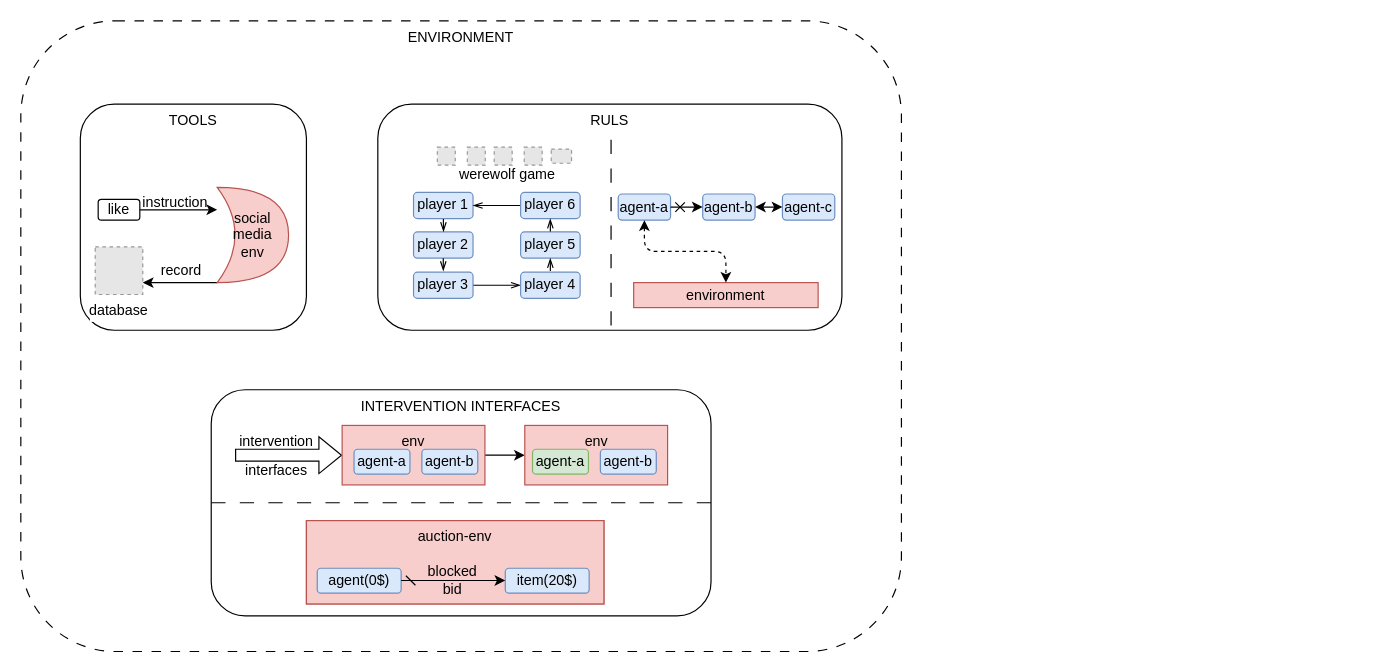
bianhua-12/Multi-generative_Agent_System_survey keeps this draw.io diagram as page "environment-conponets" (2 of 2) of mgas.drawio. Above is the earlier version. Source tidied: cells renumbered, new cells numbered last; positions are measured from the earlier drawing's top-left corner, leaving out a move shared by most shapes. Both pictures are drawn from the tidied source at 119%, with x=0, y=0 at pixel (20, 20). Pictures stored in the file or linked from it are replaced by grey dashed boxes.
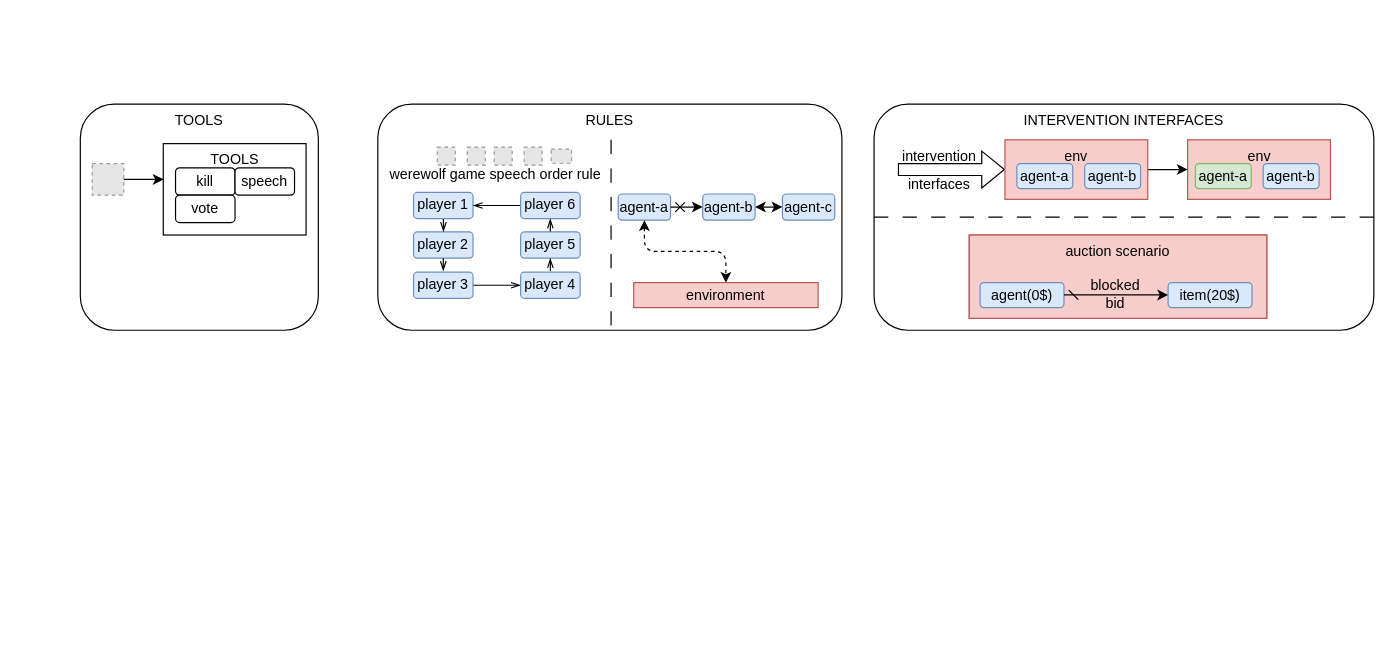
The same page after the edit.

Unchanged cells that the change refers to:
```xml
<mxCell id="21" style="group;fillColor=#f8cecc;strokeColor=#b85450;" parent="8" vertex="1">
  <mxGeometry x="80" y="110" width="250" height="70" as="geometry" />
</mxCell>
<mxCell id="31" style="group;" parent="1" vertex="1">
  <mxGeometry x="300" y="70" width="390" height="190" as="geometry" />
</mxCell>
```

Diff of the diagram source:
```diff
@@
-    <mxCell id="2" value="ENVIRONMENT" style="rounded=1;whiteSpace=wrap;html=1;dashed=1;dashPattern=8 8;verticalAlign=top;" parent="1" vertex="1">
-      <mxGeometry width="740" height="530" as="geometry" />
-    </mxCell>
     <mxCell id="3" value="TOOLS" style="rounded=1;whiteSpace=wrap;html=1;verticalAlign=top;" parent="1" vertex="1">
-      <mxGeometry x="50" y="70" width="190" height="190" as="geometry" />
+      <mxGeometry x="50" y="70" width="200" height="190" as="geometry" />
     </mxCell>
-    <mxCell id="4" style="edgeStyle=orthogonalEdgeStyle;rounded=0;jettySize=auto;html=1;entryX=1;entryY=0.75;entryDx=0;entryDy=0;" parent="1" edge="1" source="5" target="28">
+    <mxCell id="4" style="edgeStyle=orthogonalEdgeStyle;rounded=0;orthogonalLoop=1;jettySize=auto;html=1;entryX=1;entryY=0.75;entryDx=0;entryDy=0;" parent="1" edge="1">
       <mxGeometry relative="1" as="geometry">
+        <mxPoint x="165" y="220" as="sourcePoint" />
         <Array as="points">
           <mxPoint x="150" y="220" />
           <mxPoint x="150" y="220" />
         </Array>
       </mxGeometry>
     </mxCell>
-    <mxCell id="5" value="social media&lt;div&gt;env&lt;/div&gt;" style="shape=xor;whiteSpace=wrap;html=1;align=center;fillColor=#f8cecc;strokeColor=#b85450;" parent="1" vertex="1">
-      <mxGeometry x="165" y="140" width="60" height="80" as="geometry" />
-    </mxCell>
-    <mxCell id="6" style="edgeStyle=orthogonalEdgeStyle;rounded=0;jettySize=auto;html=1;" parent="1" edge="1" source="7" target="5">
+    <mxCell id="6" style="edgeStyle=orthogonalEdgeStyle;rounded=0;orthogonalLoop=1;jettySize=auto;html=1;" parent="1" edge="1">
       <mxGeometry relative="1" as="geometry">
+        <mxPoint x="100" y="158.8" as="sourcePoint" />
         <Array as="points">
           <mxPoint x="160" y="159" />
           <mxPoint x="160" y="159" />
         </Array>
       </mxGeometry>
     </mxCell>
-    <mxCell id="7" value="like" style="rounded=1;whiteSpace=wrap;html=1;" parent="1" vertex="1">
-      <mxGeometry x="65" y="150" width="35" height="17.5" as="geometry" />
-    </mxCell>
     <mxCell id="8" style="group;" parent="1" vertex="1">
-      <mxGeometry x="160" y="310" width="420" height="190" as="geometry" />
+      <mxGeometry x="717" y="70" width="420" height="190" as="geometry" />
     </mxCell>
@@
-    <mxCell id="22" value="&lt;div&gt;auction&lt;span style=&quot;background-color: transparent; color: light-dark(rgb(0, 0, 0), rgb(255, 255, 255));&quot;&gt;-env&lt;/span&gt;&lt;/div&gt;" style="rounded=0;whiteSpace=wrap;html=1;verticalAlign=top;fillColor=#f8cecc;strokeColor=#b85450;" parent="21" vertex="1">
+    <mxCell id="22" value="auction scenario" style="rounded=0;whiteSpace=wrap;html=1;verticalAlign=top;fillColor=#f8cecc;strokeColor=#b85450;" parent="21" vertex="1">
       <mxGeometry width="250" height="70" as="geometry" />
     </mxCell>
@@
-    <mxCell id="28" value="database" style="fillColor=#E6E6E6;strokeColor=#999999;dashed=1;verticalLabelPosition=bottom;labelBackgroundColor=default;verticalAlign=top;" parent="1" vertex="1">
-      <mxGeometry x="62.5" y="190" width="40" height="40" as="geometry" />
-    </mxCell>
-    <mxCell id="29" value="record" style="text;html=1;align=center;verticalAlign=middle;whiteSpace=wrap;rounded=0;" parent="1" vertex="1">
-      <mxGeometry x="105" y="195" width="60" height="30" as="geometry" />
-    </mxCell>
-    <mxCell id="30" value="instruction" style="text;html=1;align=center;verticalAlign=middle;whiteSpace=wrap;rounded=0;" parent="1" vertex="1">
-      <mxGeometry x="100" y="137.5" width="60" height="30" as="geometry" />
-    </mxCell>
@@
-    <mxCell id="32" value="RULS" style="rounded=1;whiteSpace=wrap;html=1;verticalAlign=top;" parent="31" vertex="1">
+    <mxCell id="32" value="RULES" style="rounded=1;whiteSpace=wrap;html=1;verticalAlign=top;" parent="31" vertex="1">
       <mxGeometry width="390" height="190" as="geometry" />
     </mxCell>
@@
     <mxCell id="41" style="group;" parent="31" vertex="1">
-      <mxGeometry x="30" y="36.2" width="147.6" height="127" as="geometry" />
+      <mxGeometry x="30" y="36.2" width="210" height="127" as="geometry" />
     </mxCell>
     <mxCell id="42" style="group;" parent="41" vertex="1">
-      <mxGeometry x="20" width="117.6" height="30" as="geometry" />
+      <mxGeometry x="20" width="190" height="30" as="geometry" />
     </mxCell>
@@
-    <mxCell id="49" value="werewolf game" style="rounded=0;whiteSpace=wrap;html=1;strokeColor=none;fillColor=none;" parent="42" vertex="1">
-      <mxGeometry y="15" width="117.6" height="15" as="geometry" />
-    </mxCell>
@@
+    <mxCell id="49" value="werewolf game speech order rule" style="rounded=0;whiteSpace=wrap;html=1;strokeColor=none;fillColor=none;" parent="31" vertex="1">
+      <mxGeometry x="4" y="51.2" width="190" height="15" as="geometry" />
+    </mxCell>
+    <mxCell id="62" style="fillColor=#E6E6E6;strokeColor=#999999;dashed=1;verticalLabelPosition=bottom;labelBackgroundColor=default;verticalAlign=top;" parent="1" vertex="1">
+      <mxGeometry x="60" y="120" width="26.5" height="26.5" as="geometry" />
+    </mxCell>
+    <mxCell id="63" value="TOOLS" style="whiteSpace=wrap;html=1;verticalAlign=top;labelBackgroundColor=default;" parent="1" vertex="1">
+      <mxGeometry x="119.7" y="103.2" width="120" height="76.8" as="geometry" />
+    </mxCell>
+    <mxCell id="64" value="kill" style="rounded=1;whiteSpace=wrap;html=1;" parent="1" vertex="1">
+      <mxGeometry x="130" y="123.5" width="50" height="23" as="geometry" />
+    </mxCell>
+    <mxCell id="65" value="speech" style="rounded=1;whiteSpace=wrap;html=1;" parent="1" vertex="1">
+      <mxGeometry x="180" y="123.5" width="50" height="23" as="geometry" />
+    </mxCell>
+    <mxCell id="66" value="vote" style="rounded=1;whiteSpace=wrap;html=1;" parent="1" vertex="1">
+      <mxGeometry x="130" y="146.5" width="50" height="23" as="geometry" />
+    </mxCell>
+    <mxCell id="67" style="edgeStyle=orthogonalEdgeStyle;rounded=0;jettySize=auto;html=1;entryX=0.002;entryY=0.391;entryDx=0;entryDy=0;entryPerimeter=0;" parent="1" edge="1" source="62" target="63">
+      <mxGeometry relative="1" as="geometry" />
+    </mxCell>
```
